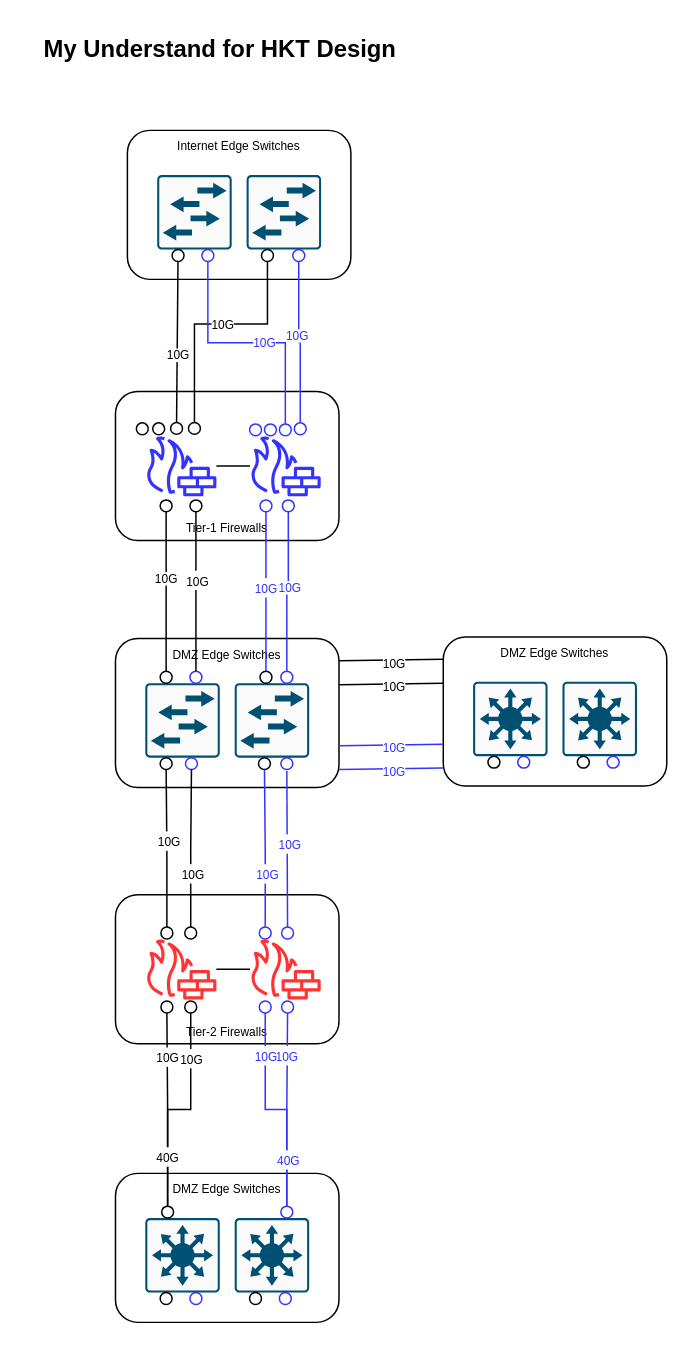
dickylcd/diagrams keeps this draw.io diagram as page "Page-2" (2 of 2) of HA-ITI.drawio. Above is the earlier version. Source tidied: cells renumbered, new cells numbered last; positions are measured from the earlier drawing's top-left corner, leaving out a move shared by most shapes. Both pictures are drawn from the tidied source at 149%, with x=0, y=0 at pixel (25, 25).
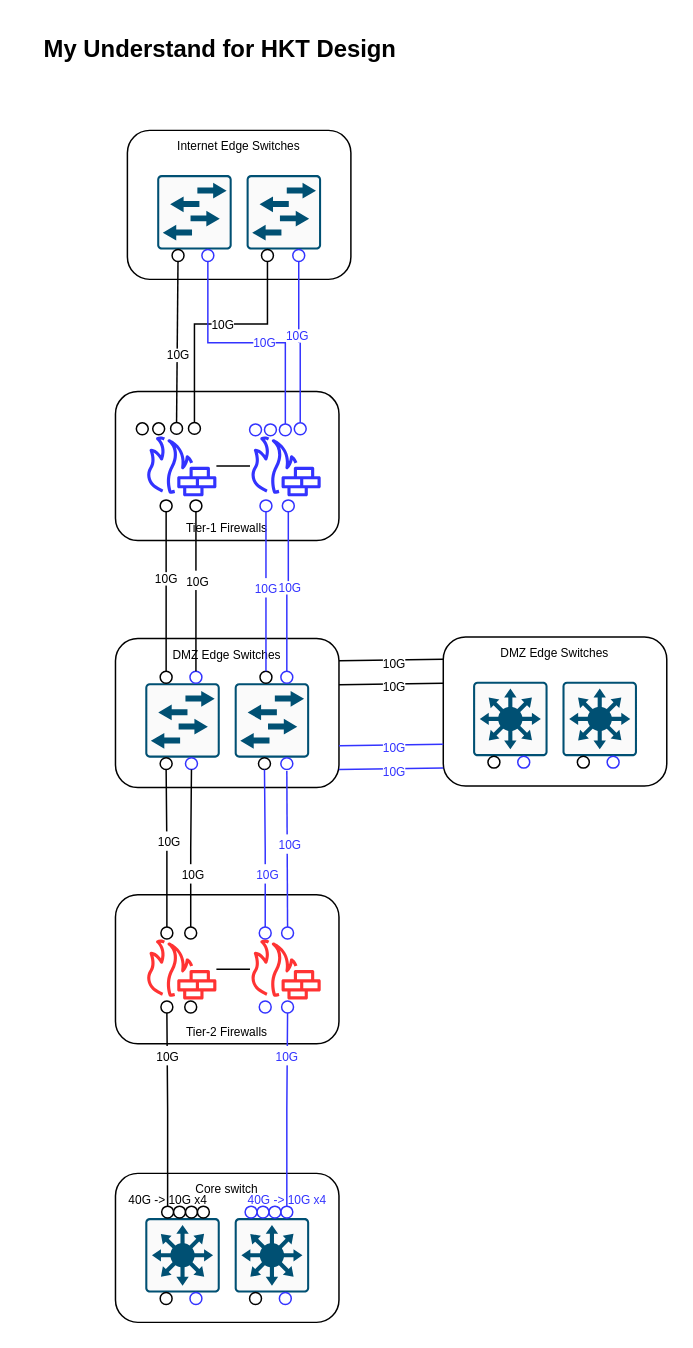
The same page after the edit.

The change refers to these unchanged cells:
```xml
<mxCell id="51" style="ellipse;whiteSpace=wrap;html=1;strokeColor=#3333FF;fontSize=8;" parent="41" vertex="1">
  <mxGeometry x="96.5" y="71.3" width="8" height="8" as="geometry" />
</mxCell>
<mxCell id="52" style="ellipse;whiteSpace=wrap;html=1;strokeColor=#000000;fontSize=8;fontColor=#3333FF;" parent="41" vertex="1">
  <mxGeometry x="46.5" y="71.3" width="8" height="8" as="geometry" />
</mxCell>
<mxCell id="83" style="group;" parent="1" vertex="1">
  <mxGeometry x="60" y="770" width="150" height="100" as="geometry" />
</mxCell>
<mxCell id="91" style="ellipse;whiteSpace=wrap;html=1;strokeColor=#000000;fontSize=8;" parent="83" vertex="1">
  <mxGeometry x="31" y="22" width="8" height="8" as="geometry" />
</mxCell>
<mxCell id="92" style="ellipse;whiteSpace=wrap;html=1;strokeColor=#3333FF;fontSize=8;fontColor=#3333FF;" parent="83" vertex="1">
  <mxGeometry x="111" y="22" width="8" height="8" as="geometry" />
</mxCell>
<mxCell id="93" style="endArrow=none;html=1;rounded=0;edgeStyle=orthogonalEdgeStyle;entryX=0.5;entryY=1;entryDx=0;entryDy=0;exitX=0.5;exitY=0;exitDx=0;exitDy=0;" parent="1" edge="1" source="91" target="50">
  <mxGeometry relative="1" as="geometry" />
</mxCell>
```

The edit, as a diff of the source:
```diff
@@
-    <mxCell id="84" value="DMZ Edge Switches" style="rounded=1;whiteSpace=wrap;html=1;fillColor=none;verticalAlign=top;fontSize=8;" parent="83" vertex="1">
+    <mxCell id="84" value="Core switch" style="rounded=1;whiteSpace=wrap;html=1;fillColor=none;verticalAlign=top;fontSize=8;" parent="83" vertex="1">
       <mxGeometry width="150" height="100" as="geometry" />
     </mxCell>
@@
+    <mxCell id="115" style="ellipse;whiteSpace=wrap;html=1;strokeColor=#000000;fontSize=8;" parent="83" vertex="1">
+      <mxGeometry x="39" y="22" width="8" height="8" as="geometry" />
+    </mxCell>
+    <mxCell id="116" style="ellipse;whiteSpace=wrap;html=1;strokeColor=#000000;fontSize=8;" parent="83" vertex="1">
+      <mxGeometry x="47" y="22" width="8" height="8" as="geometry" />
+    </mxCell>
+    <mxCell id="117" style="ellipse;whiteSpace=wrap;html=1;strokeColor=#000000;fontSize=8;" parent="83" vertex="1">
+      <mxGeometry x="55" y="22" width="8" height="8" as="geometry" />
+    </mxCell>
+    <mxCell id="118" style="ellipse;whiteSpace=wrap;html=1;strokeColor=#3333FF;fontSize=8;fontColor=#3333FF;" parent="83" vertex="1">
+      <mxGeometry x="103" y="22" width="8" height="8" as="geometry" />
+    </mxCell>
+    <mxCell id="119" style="ellipse;whiteSpace=wrap;html=1;strokeColor=#3333FF;fontSize=8;fontColor=#3333FF;" parent="83" vertex="1">
+      <mxGeometry x="95" y="22" width="8" height="8" as="geometry" />
+    </mxCell>
+    <mxCell id="120" style="ellipse;whiteSpace=wrap;html=1;strokeColor=#3333FF;fontSize=8;fontColor=#3333FF;" parent="83" vertex="1">
+      <mxGeometry x="87" y="22" width="8" height="8" as="geometry" />
+    </mxCell>
+    <mxCell id="121" value="&lt;font style=&quot;font-size: 8px;&quot;&gt;40G -&amp;gt; 10G x4&lt;/font&gt;" style="text;html=1;align=center;verticalAlign=middle;strokeColor=none;fillColor=none;" parent="83" vertex="1">
+      <mxGeometry x="-5" y="2" width="80" height="30" as="geometry" />
+    </mxCell>
+    <mxCell id="122" value="&lt;font style=&quot;font-size: 8px;&quot;&gt;40G -&amp;gt; 10G x4&lt;/font&gt;" style="text;html=1;align=center;verticalAlign=middle;strokeColor=none;fillColor=none;fontColor=#3333FF;" parent="83" vertex="1">
+      <mxGeometry x="75" y="2" width="80" height="30" as="geometry" />
+    </mxCell>
@@
     <mxCell id="94" value="&lt;font style=&quot;font-size: 8px;&quot;&gt;10G&lt;/font&gt;" style="edgeLabel;html=1;align=center;verticalAlign=middle;" parent="93" vertex="1">
-      <mxGeometry x="0.55" relative="1" as="geometry" />
+      <mxGeometry x="0.55" relative="1" as="geometry">
+        <mxPoint y="-1" as="offset" />
+      </mxGeometry>
     </mxCell>
-    <mxCell id="95" style="endArrow=none;html=1;rounded=0;entryX=0.5;entryY=1;entryDx=0;entryDy=0;edgeStyle=orthogonalEdgeStyle;exitX=0.5;exitY=0;exitDx=0;exitDy=0;" parent="1" edge="1" source="91" target="52">
-      <mxGeometry relative="1" as="geometry" />
-    </mxCell>
-    <mxCell id="96" value="&lt;font style=&quot;font-size: 8px;&quot;&gt;40G&lt;/font&gt;" style="edgeLabel;html=1;align=center;verticalAlign=middle;" parent="95" vertex="1">
-      <mxGeometry x="-0.53" y="1" relative="1" as="geometry" />
-    </mxCell>
-    <mxCell id="97" value="&lt;font style=&quot;font-size: 8px;&quot;&gt;10G&lt;/font&gt;" style="edgeLabel;html=1;align=center;verticalAlign=middle;" parent="95" vertex="1">
-      <mxGeometry x="0.57" relative="1" as="geometry">
-        <mxPoint y="-1" as="offset" />
-      </mxGeometry>
-    </mxCell>
@@
-    <mxCell id="100" style="endArrow=none;html=1;rounded=0;strokeColor=#3333FF;edgeStyle=orthogonalEdgeStyle;entryX=0.5;entryY=1;entryDx=0;entryDy=0;exitX=0.5;exitY=0;exitDx=0;exitDy=0;" parent="1" edge="1" source="92" target="51">
-      <mxGeometry relative="1" as="geometry" />
-    </mxCell>
-    <mxCell id="101" value="&lt;font style=&quot;font-size: 8px;&quot;&gt;40G&lt;/font&gt;" style="edgeLabel;html=1;align=center;verticalAlign=middle;fontColor=#3333FF;" parent="100" vertex="1">
-      <mxGeometry x="-0.55" relative="1" as="geometry" />
-    </mxCell>
-    <mxCell id="102" value="&lt;font color=&quot;#3333ff&quot; style=&quot;font-size: 8px;&quot;&gt;10G&lt;/font&gt;" style="edgeLabel;html=1;align=center;verticalAlign=middle;" parent="100" vertex="1">
-      <mxGeometry x="0.61" relative="1" as="geometry" />
-    </mxCell>
```
